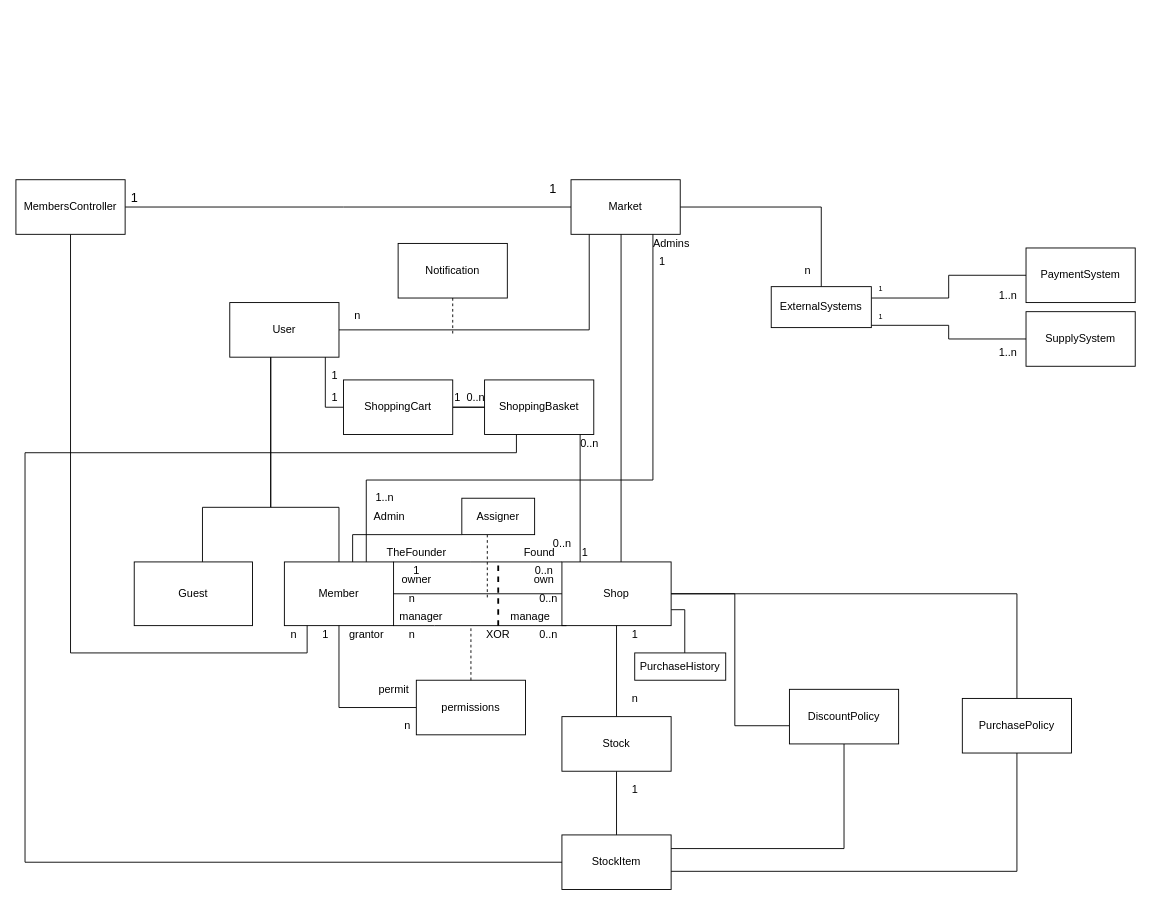
Above: Docs/V0.2_WhiteDiagram.drawio in mikecprogram/workshop-special-potato-shuk (draw.io), before the change. Source tidied: cells renumbered, new cells numbered last; positions are measured from the earlier drawing's top-left corner, leaving out a move shared by most shapes. Both pictures are drawn from the tidied source at 91%, with x=0, y=0 at pixel (15, 179).
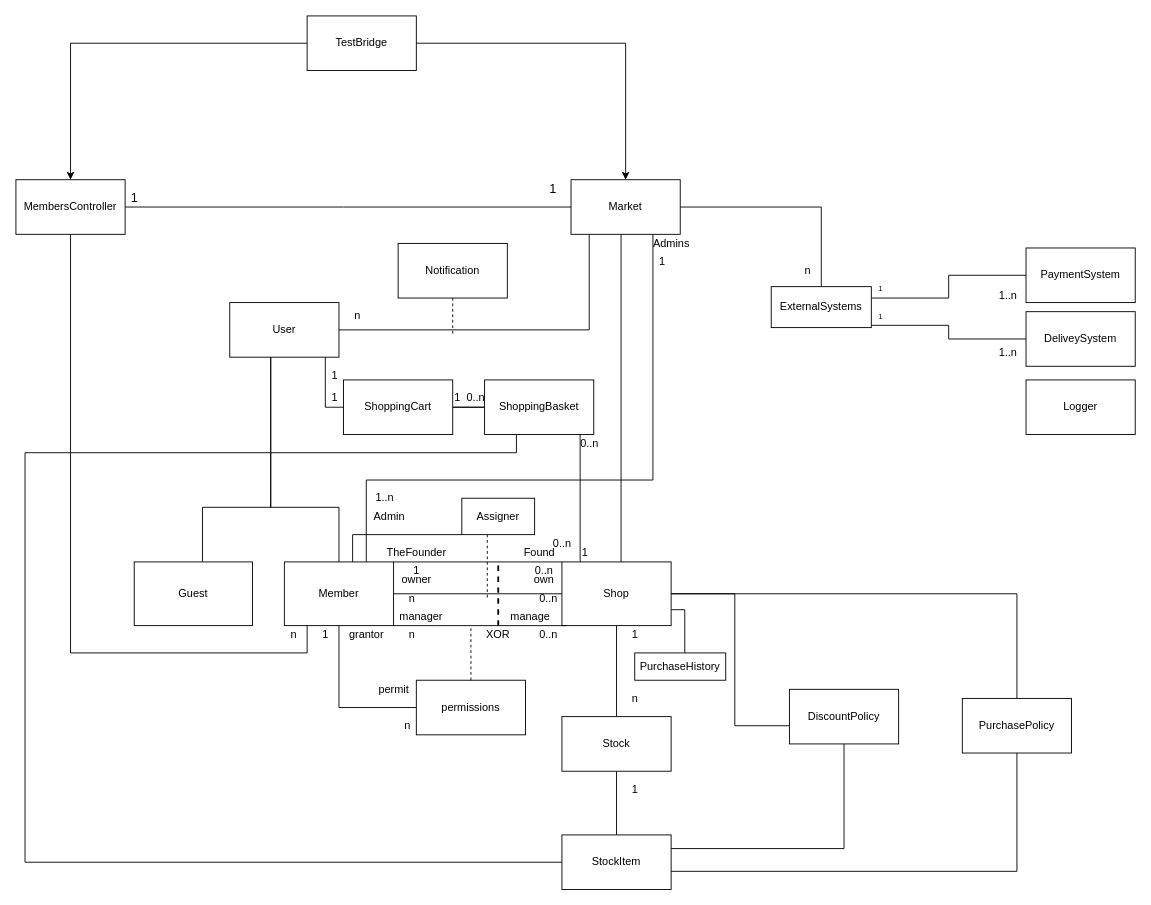
Above is the later version.

Commit message (it also covers changes not shown here):
Fine models for now

The change refers to these unchanged cells:
```xml
<mxCell id="3" value="Market" style="rounded=0;whiteSpace=wrap;html=1;" parent="1" vertex="1">
  <mxGeometry x="610" width="120" height="60" as="geometry" />
</mxCell>
<mxCell id="66" value="MembersController" style="rounded=0;whiteSpace=wrap;html=1;" parent="1" vertex="1">
  <mxGeometry width="120" height="60" as="geometry" />
</mxCell>
```

Diff of the diagram source:
```diff
@@
-    <mxCell id="28" value="SupplySystem&lt;br&gt;" style="rounded=0;whiteSpace=wrap;html=1;" parent="1" vertex="1">
+    <mxCell id="28" value="DeliveySystem" style="rounded=0;whiteSpace=wrap;html=1;" parent="1" vertex="1">
       <mxGeometry x="1110" y="145" width="120" height="60" as="geometry" />
     </mxCell>
@@
+    <mxCell id="91" style="edgeStyle=orthogonalEdgeStyle;rounded=0;jettySize=auto;html=1;" parent="1" edge="1" source="93" target="3">
+      <mxGeometry relative="1" as="geometry" />
+    </mxCell>
+    <mxCell id="92" style="edgeStyle=orthogonalEdgeStyle;rounded=0;jettySize=auto;html=1;entryX=0.5;entryY=0;entryDx=0;entryDy=0;" parent="1" edge="1" source="93" target="66">
+      <mxGeometry relative="1" as="geometry" />
+    </mxCell>
+    <mxCell id="93" value="TestBridge" style="rounded=0;whiteSpace=wrap;html=1;labelBackgroundColor=#FFFFFF;" parent="1" vertex="1">
+      <mxGeometry x="320" y="-180" width="120" height="60" as="geometry" />
+    </mxCell>
+    <mxCell id="94" value="Logger" style="rounded=0;whiteSpace=wrap;html=1;labelBackgroundColor=#FFFFFF;" parent="1" vertex="1">
+      <mxGeometry x="1110" y="220" width="120" height="60" as="geometry" />
+    </mxCell>
```
